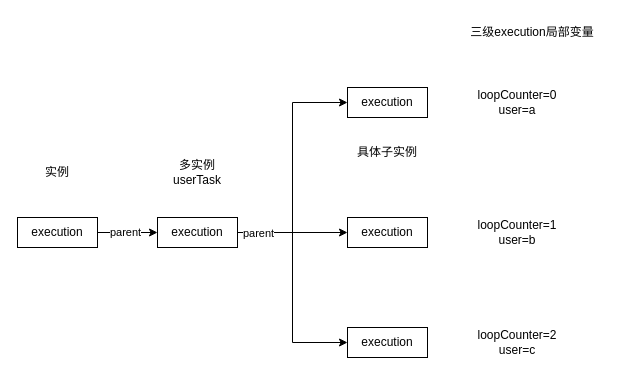
This is activiti执行树.drawio from jessin20161124/javase1, a draw.io file, before an edit. Source tidied: cells renumbered, new cells numbered last; positions are measured from the earlier drawing's top-left corner, leaving out a move shared by most shapes. Both pictures are drawn from the tidied source at 100%, with x=0, y=0 at pixel (17, 17).
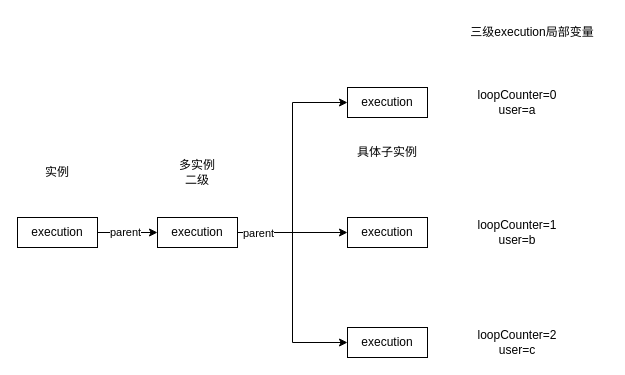
After the change.

Commit message (it also covers changes not shown here):
更新activiti执行树.drawio

What changed in the source:
```diff
@@
 <mxGraphModel>
   <root>
     <mxCell id="0" />
     <mxCell id="1" parent="0" />
     <mxCell id="2" style="edgeStyle=orthogonalEdgeStyle;rounded=0;jettySize=auto;html=1;" parent="1" edge="1" source="4" target="9">
       <mxGeometry relative="1" as="geometry" />
     </mxCell>
     <mxCell id="3" value="parent" style="edgeLabel;html=1;align=center;verticalAlign=middle;" parent="2" vertex="1">
       <mxGeometry x="-0.09" y="1" relative="1" as="geometry" />
     </mxCell>
     <mxCell id="4" value="execution" style="rounded=0;whiteSpace=wrap;html=1;" parent="1" vertex="1">
       <mxGeometry y="200" width="80" height="30" as="geometry" />
     </mxCell>
     <mxCell id="5" style="edgeStyle=orthogonalEdgeStyle;rounded=0;jettySize=auto;html=1;entryX=0;entryY=0.5;entryDx=0;entryDy=0;" parent="1" edge="1" source="9" target="10">
       <mxGeometry relative="1" as="geometry" />
     </mxCell>
     <mxCell id="6" style="edgeStyle=orthogonalEdgeStyle;rounded=0;jettySize=auto;html=1;entryX=0;entryY=0.5;entryDx=0;entryDy=0;" parent="1" edge="1" source="9" target="11">
       <mxGeometry relative="1" as="geometry" />
     </mxCell>
     <mxCell id="7" style="edgeStyle=orthogonalEdgeStyle;rounded=0;jettySize=auto;html=1;entryX=0;entryY=0.5;entryDx=0;entryDy=0;" parent="1" edge="1" source="9" target="12">
       <mxGeometry relative="1" as="geometry" />
     </mxCell>
     <mxCell id="8" value="parent" style="edgeLabel;html=1;align=center;verticalAlign=middle;" parent="7" vertex="1">
       <mxGeometry x="-0.82" relative="1" as="geometry" />
     </mxCell>
     <mxCell id="9" value="execution" style="rounded=0;whiteSpace=wrap;html=1;" parent="1" vertex="1">
       <mxGeometry x="140" y="200" width="80" height="30" as="geometry" />
     </mxCell>
     <mxCell id="10" value="execution" style="rounded=0;whiteSpace=wrap;html=1;" parent="1" vertex="1">
       <mxGeometry x="330" y="70" width="80" height="30" as="geometry" />
     </mxCell>
     <mxCell id="11" value="execution" style="rounded=0;whiteSpace=wrap;html=1;" parent="1" vertex="1">
       <mxGeometry x="330" y="200" width="80" height="30" as="geometry" />
     </mxCell>
     <mxCell id="12" value="execution" style="rounded=0;whiteSpace=wrap;html=1;" parent="1" vertex="1">
       <mxGeometry x="330" y="310" width="80" height="30" as="geometry" />
     </mxCell>
     <mxCell id="13" value="实例" style="text;html=1;strokeColor=none;fillColor=none;align=center;verticalAlign=middle;whiteSpace=wrap;rounded=0;" parent="1" vertex="1">
       <mxGeometry x="10" y="140" width="60" height="30" as="geometry" />
     </mxCell>
-    <mxCell id="14" value="多实例userTask" style="text;html=1;strokeColor=none;fillColor=none;align=center;verticalAlign=middle;whiteSpace=wrap;rounded=0;" parent="1" vertex="1">
+    <mxCell id="14" value="多实例&lt;br&gt;二级" style="text;html=1;strokeColor=none;fillColor=none;align=center;verticalAlign=middle;whiteSpace=wrap;rounded=0;" parent="1" vertex="1">
       <mxGeometry x="150" y="140" width="60" height="30" as="geometry" />
     </mxCell>
     <mxCell id="15" value="具体子实例" style="text;html=1;strokeColor=none;fillColor=none;align=center;verticalAlign=middle;whiteSpace=wrap;rounded=0;" parent="1" vertex="1">
       <mxGeometry x="330" y="120" width="80" height="30" as="geometry" />
     </mxCell>
     <mxCell id="16" value="loopCounter=0&lt;br&gt;user=a" style="text;html=1;strokeColor=none;fillColor=none;align=center;verticalAlign=middle;whiteSpace=wrap;rounded=0;" parent="1" vertex="1">
       <mxGeometry x="450" y="70" width="100" height="30" as="geometry" />
     </mxCell>
     <mxCell id="17" value="loopCounter=1&lt;br&gt;user=b" style="text;html=1;strokeColor=none;fillColor=none;align=center;verticalAlign=middle;whiteSpace=wrap;rounded=0;" parent="1" vertex="1">
       <mxGeometry x="450" y="200" width="100" height="30" as="geometry" />
     </mxCell>
     <mxCell id="18" value="loopCounter=2&lt;br&gt;user=c" style="text;html=1;strokeColor=none;fillColor=none;align=center;verticalAlign=middle;whiteSpace=wrap;rounded=0;" parent="1" vertex="1">
       <mxGeometry x="450" y="310" width="100" height="30" as="geometry" />
     </mxCell>
     <mxCell id="19" value="三级execution局部变量" style="text;html=1;strokeColor=none;fillColor=none;align=center;verticalAlign=middle;whiteSpace=wrap;rounded=0;" parent="1" vertex="1">
       <mxGeometry x="440" width="150" height="30" as="geometry" />
     </mxCell>
   </root>
 </mxGraphModel>
```
